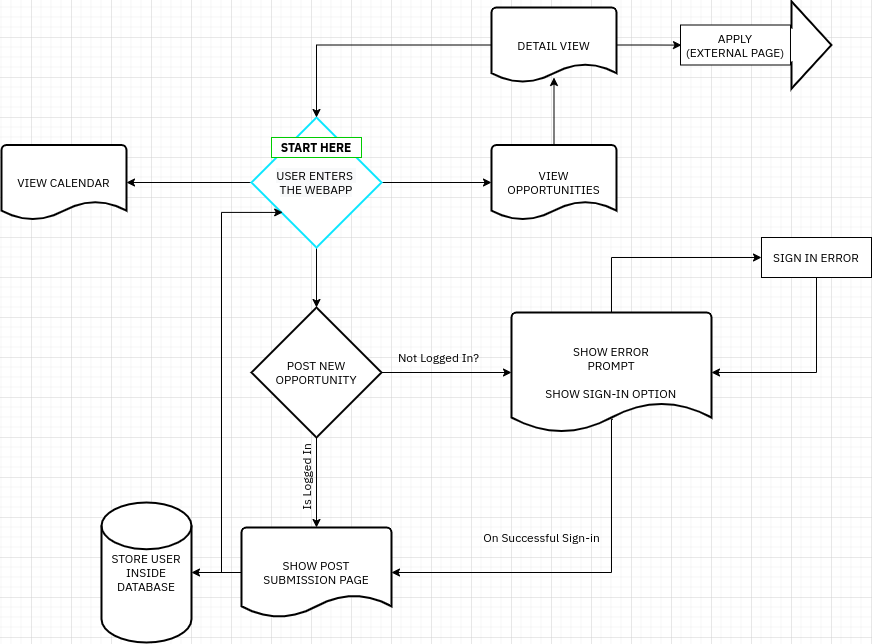
This is docs/opp-cal-sys-design.png from abdus/opp-cal, a draw.io export, as it was before one commit. Source tidied: cells renumbered, new cells last; positions are measured from the earlier drawing's top-left corner, leaving out a move shared by most shapes.
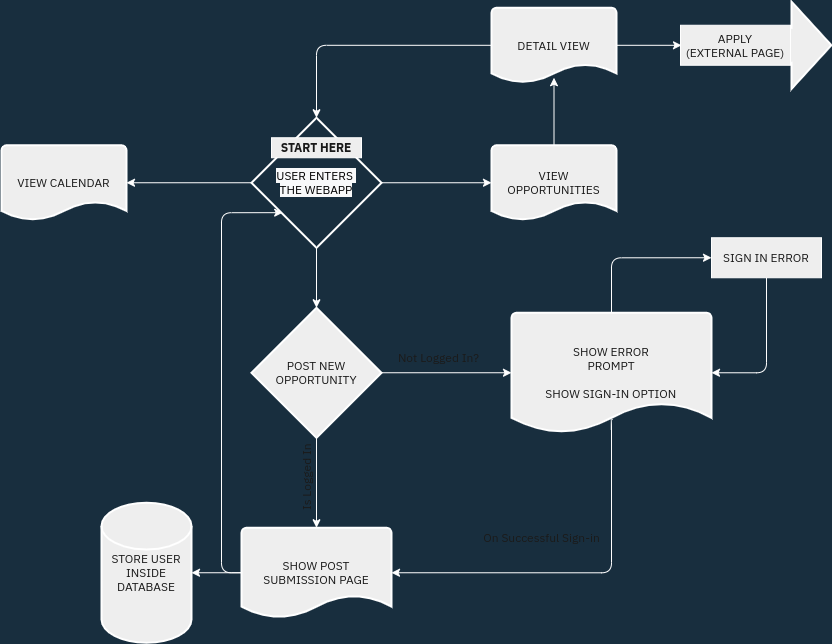
After the change.

Commit message:
flow chart

The edit, as a diff of the source:
```diff
@@ -1,105 +1,105 @@
-<mxGraphModel>
+<mxGraphModel background="#182E3E">
   <root>
     <mxCell id="0" />
     <mxCell id="1" parent="0" />
-    <mxCell id="2" style="edgeStyle=orthogonalEdgeStyle;rounded=0;jettySize=auto;html=1;" parent="1" edge="1" source="5" target="8">
+    <mxCell id="2" style="edgeStyle=orthogonalEdgeStyle;jettySize=auto;html=1;strokeColor=#FFFFFF;fontColor=#FFFFFF;labelBackgroundColor=#182E3E;" parent="1" edge="1" source="5" target="8">
       <mxGeometry relative="1" as="geometry" />
     </mxCell>
-    <mxCell id="3" style="edgeStyle=orthogonalEdgeStyle;rounded=0;jettySize=auto;html=1;" parent="1" edge="1" source="5" target="23">
+    <mxCell id="3" style="edgeStyle=orthogonalEdgeStyle;jettySize=auto;html=1;strokeColor=#FFFFFF;fontColor=#FFFFFF;labelBackgroundColor=#182E3E;" parent="1" edge="1" source="5" target="23">
       <mxGeometry relative="1" as="geometry" />
     </mxCell>
-    <mxCell id="4" style="edgeStyle=orthogonalEdgeStyle;rounded=0;jettySize=auto;html=1;entryX=1;entryY=0.5;entryDx=0;entryDy=0;entryPerimeter=0;" parent="1" edge="1" source="5" target="24">
+    <mxCell id="4" style="edgeStyle=orthogonalEdgeStyle;jettySize=auto;html=1;entryX=1;entryY=0.5;entryDx=0;entryDy=0;entryPerimeter=0;strokeColor=#FFFFFF;fontColor=#FFFFFF;labelBackgroundColor=#182E3E;" parent="1" edge="1" source="5" target="24">
       <mxGeometry relative="1" as="geometry" />
     </mxCell>
-    <mxCell id="5" value="&lt;span style=&quot;color: rgb(0 , 0 , 0) ; font-family: &amp;#34;helvetica&amp;#34; ; font-size: 12px ; font-style: normal ; font-weight: 400 ; letter-spacing: normal ; text-align: center ; text-indent: 0px ; text-transform: none ; word-spacing: 0px ; background-color: rgb(248 , 249 , 250) ; display: inline ; float: none&quot;&gt;USER ENTERS &lt;br&gt;THE WEBAPP&lt;/span&gt;" style="strokeWidth=2;html=1;shape=mxgraph.flowchart.decision;whiteSpace=wrap;strokeColor=#08E6FF;" parent="1" vertex="1">
-      <mxGeometry x="250" y="116" width="130" height="130" as="geometry" />
+    <mxCell id="5" value="&lt;span style=&quot;color: rgb(0 , 0 , 0) ; font-family: &amp;#34;helvetica&amp;#34; ; font-size: 12px ; font-style: normal ; font-weight: 400 ; letter-spacing: normal ; text-align: center ; text-indent: 0px ; text-transform: none ; word-spacing: 0px ; background-color: rgb(248 , 249 , 250) ; display: inline ; float: none&quot;&gt;USER ENTERS &lt;br&gt;THE WEBAPP&lt;/span&gt;" style="strokeWidth=2;html=1;shape=mxgraph.flowchart.decision;whiteSpace=wrap;strokeColor=#FFFFFF;fontColor=#1A1A1A;fillColor=none;" parent="1" vertex="1">
+      <mxGeometry x="250" y="116.1" width="130" height="130" as="geometry" />
     </mxCell>
-    <mxCell id="6" style="edgeStyle=orthogonalEdgeStyle;rounded=0;jettySize=auto;html=1;entryX=0.5;entryY=0;entryDx=0;entryDy=0;entryPerimeter=0;" parent="1" edge="1" source="8" target="11">
+    <mxCell id="6" style="edgeStyle=orthogonalEdgeStyle;jettySize=auto;html=1;entryX=0.5;entryY=0;entryDx=0;entryDy=0;entryPerimeter=0;strokeColor=#FFFFFF;fontColor=#FFFFFF;labelBackgroundColor=#182E3E;" parent="1" edge="1" source="8" target="11">
       <mxGeometry relative="1" as="geometry" />
     </mxCell>
-    <mxCell id="7" style="edgeStyle=orthogonalEdgeStyle;rounded=0;jettySize=auto;html=1;" parent="1" edge="1" source="8">
+    <mxCell id="7" style="edgeStyle=orthogonalEdgeStyle;jettySize=auto;html=1;strokeColor=#FFFFFF;fontColor=#FFFFFF;labelBackgroundColor=#182E3E;" parent="1" edge="1" source="8">
       <mxGeometry relative="1" as="geometry">
-        <mxPoint x="510" y="371" as="targetPoint" />
+        <mxPoint x="510" y="371.1" as="targetPoint" />
       </mxGeometry>
     </mxCell>
-    <mxCell id="8" value="&lt;font face=&quot;helvetica&quot;&gt;POST NEW&lt;br&gt;OPPORTUNITY&lt;br&gt;&lt;/font&gt;" style="strokeWidth=2;html=1;shape=mxgraph.flowchart.decision;whiteSpace=wrap;" parent="1" vertex="1">
-      <mxGeometry x="250" y="306" width="130" height="130" as="geometry" />
+    <mxCell id="8" value="&lt;font face=&quot;helvetica&quot;&gt;POST NEW&lt;br&gt;OPPORTUNITY&lt;br&gt;&lt;/font&gt;" style="strokeWidth=2;html=1;shape=mxgraph.flowchart.decision;whiteSpace=wrap;fillColor=#EEEEEE;strokeColor=#FFFFFF;fontColor=#1A1A1A;" parent="1" vertex="1">
+      <mxGeometry x="250" y="306.1" width="130" height="130" as="geometry" />
     </mxCell>
-    <mxCell id="9" style="edgeStyle=orthogonalEdgeStyle;rounded=0;jettySize=auto;html=1;" parent="1" edge="1" source="11" target="12">
+    <mxCell id="9" style="edgeStyle=orthogonalEdgeStyle;jettySize=auto;html=1;strokeColor=#FFFFFF;fontColor=#FFFFFF;labelBackgroundColor=#182E3E;" parent="1" edge="1" source="11" target="12">
       <mxGeometry relative="1" as="geometry" />
     </mxCell>
-    <mxCell id="10" style="edgeStyle=orthogonalEdgeStyle;rounded=0;jettySize=auto;html=1;entryX=0.24;entryY=0.784;entryDx=0;entryDy=0;entryPerimeter=0;exitX=0;exitY=0.5;exitDx=0;exitDy=0;exitPerimeter=0;" parent="1" edge="1" source="11">
+    <mxCell id="10" style="edgeStyle=orthogonalEdgeStyle;jettySize=auto;html=1;entryX=0.24;entryY=0.784;entryDx=0;entryDy=0;entryPerimeter=0;exitX=0;exitY=0.5;exitDx=0;exitDy=0;exitPerimeter=0;strokeColor=#FFFFFF;fontColor=#FFFFFF;labelBackgroundColor=#182E3E;" parent="1" edge="1" source="11">
       <mxGeometry relative="1" as="geometry">
-        <mxPoint x="281.2" y="210.9" as="targetPoint" />
+        <mxPoint x="281.2" y="211" as="targetPoint" />
         <Array as="points">
           <mxPoint x="220" y="571" />
-          <mxPoint x="220" y="211" />
+          <mxPoint x="220" y="211.1" />
         </Array>
       </mxGeometry>
     </mxCell>
-    <mxCell id="11" value="SHOW POST&lt;br&gt;SUBMISSION PAGE" style="strokeWidth=2;html=1;shape=mxgraph.flowchart.document2;whiteSpace=wrap;size=0.25;" parent="1" vertex="1">
+    <mxCell id="11" value="SHOW POST&lt;br&gt;SUBMISSION PAGE" style="strokeWidth=2;html=1;shape=mxgraph.flowchart.document2;whiteSpace=wrap;size=0.25;fillColor=#EEEEEE;strokeColor=#FFFFFF;fontColor=#1A1A1A;" parent="1" vertex="1">
       <mxGeometry x="240" y="526" width="150" height="90" as="geometry" />
     </mxCell>
-    <mxCell id="12" value="STORE USER INSIDE DATABASE" style="strokeWidth=2;html=1;shape=mxgraph.flowchart.database;whiteSpace=wrap;" parent="1" vertex="1">
-      <mxGeometry x="100" y="501" width="90" height="140" as="geometry" />
+    <mxCell id="12" value="STORE USER INSIDE DATABASE" style="strokeWidth=2;html=1;shape=mxgraph.flowchart.database;whiteSpace=wrap;fillColor=#EEEEEE;strokeColor=#FFFFFF;fontColor=#1A1A1A;" parent="1" vertex="1">
+      <mxGeometry x="100" y="501.1" width="90" height="140" as="geometry" />
     </mxCell>
-    <mxCell id="13" value="Is Logged In" style="text;html=1;align=center;verticalAlign=middle;strokeColor=none;rotation=-90;" parent="1" vertex="1">
-      <mxGeometry x="265" y="466" width="80" height="20" as="geometry" />
+    <mxCell id="13" value="Is Logged In" style="text;html=1;align=center;verticalAlign=middle;strokeColor=none;rotation=-90;fontColor=#1A1A1A;" parent="1" vertex="1">
+      <mxGeometry x="265" y="466.1" width="80" height="20" as="geometry" />
     </mxCell>
-    <mxCell id="14" style="edgeStyle=orthogonalEdgeStyle;rounded=0;jettySize=auto;html=1;entryX=1;entryY=0.5;entryDx=0;entryDy=0;entryPerimeter=0;exitX=0.507;exitY=0.89;exitDx=0;exitDy=0;exitPerimeter=0;" parent="1" edge="1" source="16" target="11">
+    <mxCell id="14" style="edgeStyle=orthogonalEdgeStyle;jettySize=auto;html=1;entryX=1;entryY=0.5;entryDx=0;entryDy=0;entryPerimeter=0;exitX=0.507;exitY=0.89;exitDx=0;exitDy=0;exitPerimeter=0;strokeColor=#FFFFFF;fontColor=#FFFFFF;labelBackgroundColor=#182E3E;" parent="1" edge="1" source="16" target="11">
       <mxGeometry relative="1" as="geometry">
         <Array as="points">
-          <mxPoint x="610" y="418" />
+          <mxPoint x="610" y="418.1" />
           <mxPoint x="610" y="571" />
         </Array>
       </mxGeometry>
     </mxCell>
-    <mxCell id="15" style="edgeStyle=orthogonalEdgeStyle;rounded=0;jettySize=auto;html=1;entryX=0;entryY=0.5;entryDx=0;entryDy=0;exitX=0.5;exitY=0;exitDx=0;exitDy=0;exitPerimeter=0;" parent="1" edge="1" source="16" target="20">
+    <mxCell id="15" style="edgeStyle=orthogonalEdgeStyle;jettySize=auto;html=1;entryX=0;entryY=0.5;entryDx=0;entryDy=0;exitX=0.5;exitY=0;exitDx=0;exitDy=0;exitPerimeter=0;strokeColor=#FFFFFF;fontColor=#FFFFFF;labelBackgroundColor=#182E3E;" parent="1" edge="1" source="16" target="20">
       <mxGeometry relative="1" as="geometry" />
     </mxCell>
-    <mxCell id="16" value="SHOW ERROR&lt;br&gt;PROMPT&lt;br&gt;&lt;br&gt;SHOW SIGN-IN OPTION" style="strokeWidth=2;html=1;shape=mxgraph.flowchart.document2;whiteSpace=wrap;size=0.25;" parent="1" vertex="1">
-      <mxGeometry x="510" y="311" width="200" height="120" as="geometry" />
+    <mxCell id="16" value="SHOW ERROR&lt;br&gt;PROMPT&lt;br&gt;&lt;br&gt;SHOW SIGN-IN OPTION" style="strokeWidth=2;html=1;shape=mxgraph.flowchart.document2;whiteSpace=wrap;size=0.25;fillColor=#EEEEEE;strokeColor=#FFFFFF;fontColor=#1A1A1A;" parent="1" vertex="1">
+      <mxGeometry x="510" y="311.1" width="200" height="120" as="geometry" />
     </mxCell>
-    <mxCell id="17" value="Not Logged In?" style="text;html=1;align=center;verticalAlign=middle;strokeColor=none;" parent="1" vertex="1">
-      <mxGeometry x="387" y="346" width="100" height="20" as="geometry" />
+    <mxCell id="17" value="Not Logged In?" style="text;html=1;align=center;verticalAlign=middle;strokeColor=none;fontColor=#1A1A1A;" parent="1" vertex="1">
+      <mxGeometry x="387" y="346.1" width="100" height="20" as="geometry" />
     </mxCell>
-    <mxCell id="18" value="On Successful Sign-in" style="text;html=1;align=center;verticalAlign=middle;strokeColor=none;" parent="1" vertex="1">
+    <mxCell id="18" value="On Successful Sign-in" style="text;html=1;align=center;verticalAlign=middle;strokeColor=none;fontColor=#1A1A1A;" parent="1" vertex="1">
       <mxGeometry x="475" y="526" width="130" height="20" as="geometry" />
     </mxCell>
-    <mxCell id="19" style="edgeStyle=orthogonalEdgeStyle;rounded=0;jettySize=auto;html=1;entryX=1;entryY=0.5;entryDx=0;entryDy=0;entryPerimeter=0;exitX=0.5;exitY=1;exitDx=0;exitDy=0;" parent="1" edge="1" source="20" target="16">
+    <mxCell id="19" style="edgeStyle=orthogonalEdgeStyle;jettySize=auto;html=1;entryX=1;entryY=0.5;entryDx=0;entryDy=0;entryPerimeter=0;exitX=0.5;exitY=1;exitDx=0;exitDy=0;strokeColor=#FFFFFF;fontColor=#FFFFFF;labelBackgroundColor=#182E3E;" parent="1" edge="1" source="20" target="16">
       <mxGeometry relative="1" as="geometry" />
     </mxCell>
-    <mxCell id="20" value="SIGN IN ERROR" style="whiteSpace=wrap;html=1;" parent="1" vertex="1">
-      <mxGeometry x="760" y="236" width="110" height="40" as="geometry" />
+    <mxCell id="20" value="SIGN IN ERROR" style="whiteSpace=wrap;html=1;fillColor=#EEEEEE;strokeColor=#FFFFFF;fontColor=#1A1A1A;" parent="1" vertex="1">
+      <mxGeometry x="710" y="236.1" width="110" height="40" as="geometry" />
     </mxCell>
-    <mxCell id="21" value="START HERE" style="whiteSpace=wrap;html=1;strokeColor=#00CC00;fontStyle=1;" parent="1" vertex="1">
-      <mxGeometry x="270" y="136" width="90" height="20" as="geometry" />
+    <mxCell id="21" value="START HERE" style="whiteSpace=wrap;html=1;strokeColor=#FFFFFF;fontStyle=1;fillColor=#EEEEEE;fontColor=#1A1A1A;" parent="1" vertex="1">
+      <mxGeometry x="270" y="136.1" width="90" height="20" as="geometry" />
     </mxCell>
-    <mxCell id="22" style="edgeStyle=orthogonalEdgeStyle;rounded=0;jettySize=auto;html=1;" parent="1" edge="1" source="23">
+    <mxCell id="22" style="edgeStyle=orthogonalEdgeStyle;jettySize=auto;html=1;strokeColor=#FFFFFF;fontColor=#FFFFFF;labelBackgroundColor=#182E3E;" parent="1" edge="1" source="23">
       <mxGeometry relative="1" as="geometry">
-        <mxPoint x="552.5" y="76" as="targetPoint" />
+        <mxPoint x="552.5" y="76.1" as="targetPoint" />
       </mxGeometry>
     </mxCell>
-    <mxCell id="23" value="VIEW OPPORTUNITIES" style="strokeWidth=2;html=1;shape=mxgraph.flowchart.document2;whiteSpace=wrap;size=0.25;" parent="1" vertex="1">
-      <mxGeometry x="490" y="143.5" width="125" height="75" as="geometry" />
+    <mxCell id="23" value="VIEW OPPORTUNITIES" style="strokeWidth=2;html=1;shape=mxgraph.flowchart.document2;whiteSpace=wrap;size=0.25;fillColor=#EEEEEE;strokeColor=#FFFFFF;fontColor=#1A1A1A;" parent="1" vertex="1">
+      <mxGeometry x="490" y="143.6" width="125" height="75" as="geometry" />
     </mxCell>
-    <mxCell id="24" value="VIEW CALENDAR" style="strokeWidth=2;html=1;shape=mxgraph.flowchart.document2;whiteSpace=wrap;size=0.25;" parent="1" vertex="1">
-      <mxGeometry y="143.5" width="125" height="75" as="geometry" />
+    <mxCell id="24" value="VIEW CALENDAR" style="strokeWidth=2;html=1;shape=mxgraph.flowchart.document2;whiteSpace=wrap;size=0.25;fillColor=#EEEEEE;strokeColor=#FFFFFF;fontColor=#1A1A1A;" parent="1" vertex="1">
+      <mxGeometry y="143.6" width="125" height="75" as="geometry" />
     </mxCell>
-    <mxCell id="25" style="edgeStyle=orthogonalEdgeStyle;rounded=0;jettySize=auto;html=1;entryX=0.5;entryY=0;entryDx=0;entryDy=0;entryPerimeter=0;" parent="1" edge="1" source="27" target="5">
+    <mxCell id="25" style="edgeStyle=orthogonalEdgeStyle;jettySize=auto;html=1;entryX=0.5;entryY=0;entryDx=0;entryDy=0;entryPerimeter=0;strokeColor=#FFFFFF;fontColor=#FFFFFF;labelBackgroundColor=#182E3E;" parent="1" edge="1" source="27" target="5">
       <mxGeometry relative="1" as="geometry" />
     </mxCell>
-    <mxCell id="26" style="edgeStyle=orthogonalEdgeStyle;rounded=0;jettySize=auto;html=1;" parent="1" edge="1" source="27" target="28">
+    <mxCell id="26" style="edgeStyle=orthogonalEdgeStyle;jettySize=auto;html=1;strokeColor=#FFFFFF;fontColor=#FFFFFF;labelBackgroundColor=#182E3E;" parent="1" edge="1" source="27" target="28">
       <mxGeometry relative="1" as="geometry" />
     </mxCell>
-    <mxCell id="27" value="DETAIL VIEW" style="strokeWidth=2;html=1;shape=mxgraph.flowchart.document2;whiteSpace=wrap;size=0.25;" parent="1" vertex="1">
-      <mxGeometry x="490" y="6" width="125" height="75" as="geometry" />
+    <mxCell id="27" value="DETAIL VIEW" style="strokeWidth=2;html=1;shape=mxgraph.flowchart.document2;whiteSpace=wrap;size=0.25;fillColor=#EEEEEE;strokeColor=#FFFFFF;fontColor=#1A1A1A;" parent="1" vertex="1">
+      <mxGeometry x="490" y="6.1" width="125" height="75" as="geometry" />
     </mxCell>
-    <mxCell id="28" style="verticalLabelPosition=bottom;verticalAlign=top;html=1;strokeWidth=2;shape=mxgraph.arrows2.arrow;dy=0.6;dx=40;notch=0;" parent="1" vertex="1">
+    <mxCell id="28" style="verticalLabelPosition=bottom;verticalAlign=top;html=1;strokeWidth=2;shape=mxgraph.arrows2.arrow;dy=0.6;dx=40;notch=0;fillColor=#EEEEEE;strokeColor=#FFFFFF;fontColor=#1A1A1A;" parent="1" vertex="1">
       <mxGeometry x="680" y="-0.2" width="150" height="87.5" as="geometry" />
     </mxCell>
-    <mxCell id="29" value="APPLY&lt;br&gt;(EXTERNAL PAGE)" style="whiteSpace=wrap;html=1;strokeColor=#000000;" parent="1" vertex="1">
-      <mxGeometry x="679" y="23.5" width="110" height="40" as="geometry" />
+    <mxCell id="29" value="APPLY&lt;br&gt;(EXTERNAL PAGE)" style="whiteSpace=wrap;html=1;strokeColor=#FFFFFF;fillColor=#EEEEEE;fontColor=#1A1A1A;" parent="1" vertex="1">
+      <mxGeometry x="679" y="23.6" width="110" height="40" as="geometry" />
     </mxCell>
   </root>
 </mxGraphModel>
```
